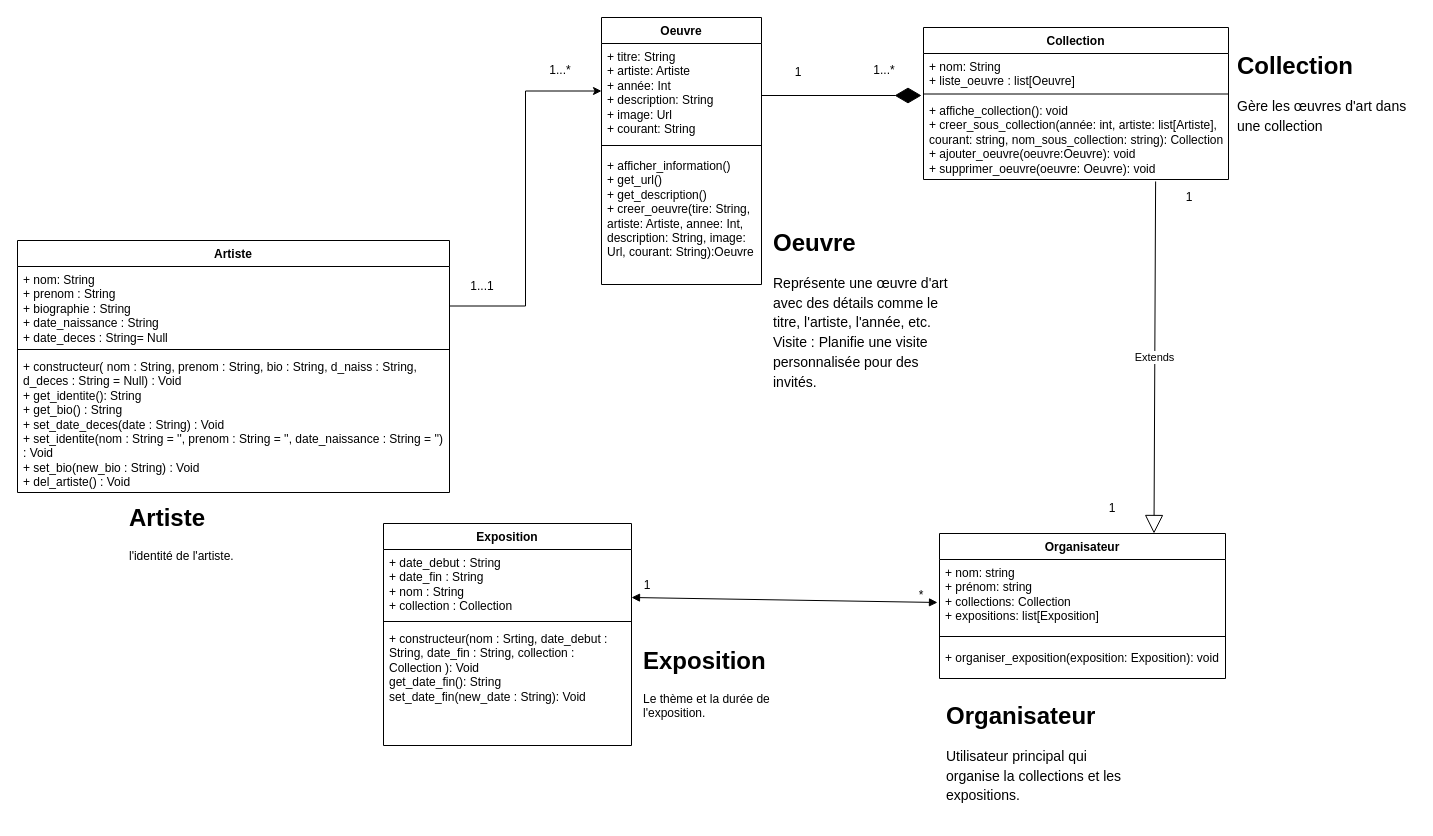
Earlier version of the draw.io diagram artefile_uml.drawio (akbarNz/projet_dev_ba2). Source tidied: cells renumbered, new cells numbered last; positions are measured from the earlier drawing's top-left corner, leaving out a move shared by most shapes. Both pictures are drawn from the tidied source at 100%, with x=0, y=0 at pixel (17, 17).
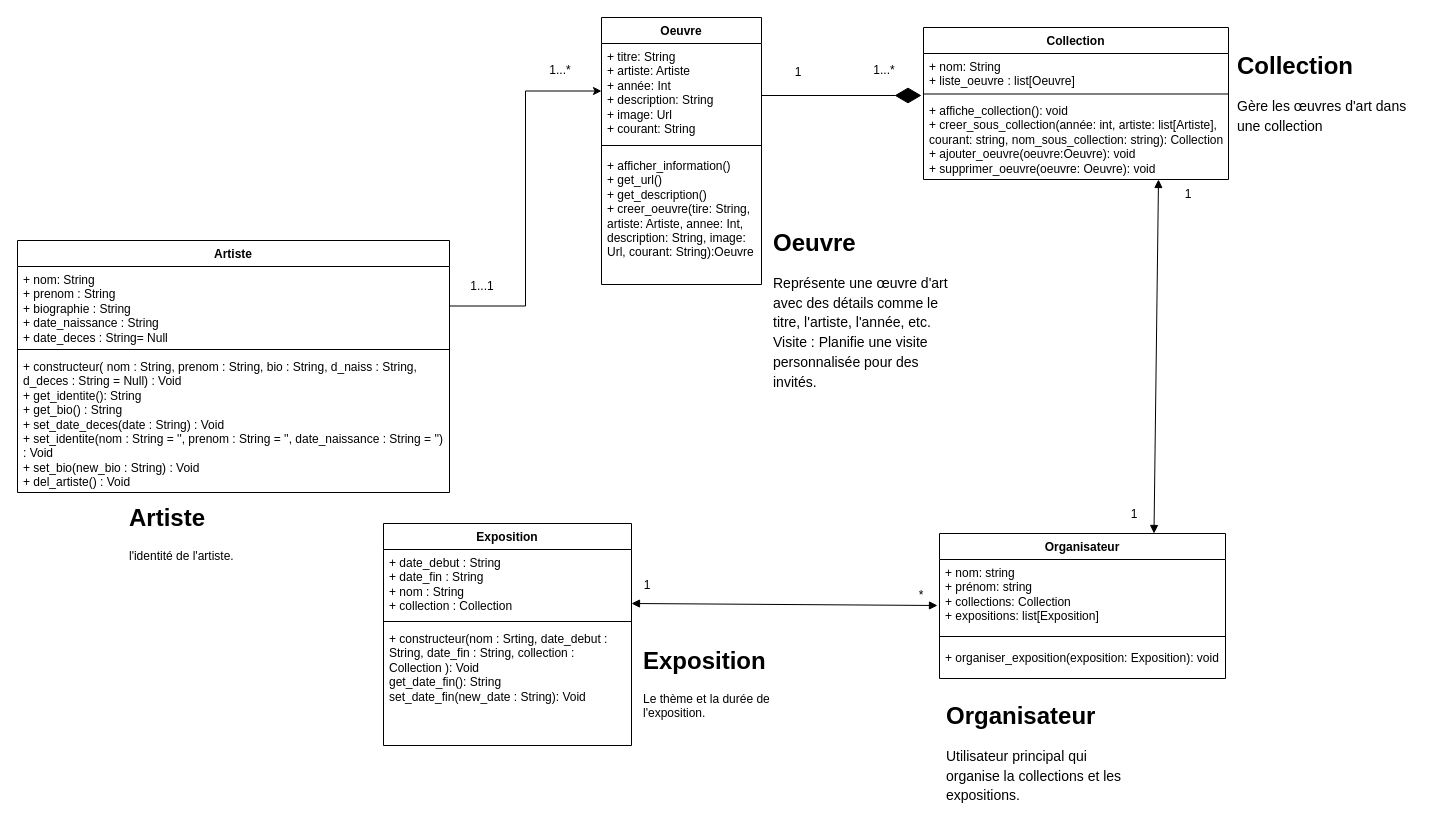
After the change.

The change refers to these unchanged cells:
```xml
<mxCell id="13" value="+ affiche_collection(): void&lt;div&gt;+ creer_sous_collection(année: int, artiste: list[Artiste], courant: string, nom_sous_collection: string): Collection&lt;/div&gt;&lt;div&gt;+ ajouter_oeuvre(oeuvre:Oeuvre): void&lt;/div&gt;&lt;div&gt;+ supprimer_oeuvre(oeuvre: Oeuvre): void&lt;/div&gt;" style="text;strokeColor=none;fillColor=none;align=left;verticalAlign=top;spacingLeft=4;spacingRight=4;overflow=hidden;points=[[0,0.5],[1,0.5]];portConstraint=eastwest;whiteSpace=wrap;html=1;" parent="10" vertex="1">
  <mxGeometry y="70" width="305" height="82" as="geometry" />
</mxCell>
<mxCell id="16" value="&lt;div&gt;+ date_debut : String&lt;/div&gt;&lt;div&gt;+ date_fin : String&lt;/div&gt;&lt;div&gt;+ nom : String&lt;/div&gt;&lt;div&gt;+ collection : Collection&lt;br&gt;&lt;/div&gt;" style="text;strokeColor=none;fillColor=none;align=left;verticalAlign=top;spacingLeft=4;spacingRight=4;overflow=hidden;points=[[0,0.5],[1,0.5]];portConstraint=eastwest;whiteSpace=wrap;html=1;" parent="15" vertex="1">
  <mxGeometry y="26" width="248" height="68" as="geometry" />
</mxCell>
<mxCell id="19" value="Organisateur" style="swimlane;fontStyle=1;align=center;verticalAlign=top;horizontal=1;startSize=26;whiteSpace=wrap;html=1;" parent="1" vertex="1">
  <mxGeometry x="922" y="516" width="286" height="145" as="geometry" />
</mxCell>
<mxCell id="20" value="+ nom: string&lt;div&gt;+ prénom: string&lt;/div&gt;&lt;div&gt;+ collections: Collection&lt;/div&gt;&lt;div&gt;+ expositions: list[Exposition]&lt;/div&gt;" style="text;strokeColor=none;fillColor=none;align=left;verticalAlign=top;spacingLeft=4;spacingRight=4;overflow=hidden;points=[[0,0.5],[1,0.5]];portConstraint=eastwest;whiteSpace=wrap;html=1;" parent="19" vertex="1">
  <mxGeometry y="26" width="286" height="69" as="geometry" />
</mxCell>
```

Change to the diagram source:
```diff
@@
     <mxCell id="28" value="1" style="text;html=1;align=center;verticalAlign=middle;whiteSpace=wrap;rounded=0;" parent="1" vertex="1">
-      <mxGeometry x="1065" y="476" width="60" height="30" as="geometry" />
+      <mxGeometry x="1087" y="482" width="60" height="30" as="geometry" />
     </mxCell>
     <mxCell id="29" value="1" style="text;html=1;align=center;verticalAlign=middle;whiteSpace=wrap;rounded=0;" parent="1" vertex="1">
-      <mxGeometry x="1142" y="165" width="60" height="30" as="geometry" />
+      <mxGeometry x="1141" y="162" width="60" height="30" as="geometry" />
     </mxCell>
-    <mxCell id="30" value="Extends" style="endArrow=block;endSize=16;endFill=0;html=1;rounded=0;entryX=0.75;entryY=0;entryDx=0;entryDy=0;exitX=0.761;exitY=1.024;exitDx=0;exitDy=0;exitPerimeter=0;" parent="1" edge="1" source="13" target="19">
-      <mxGeometry relative="1" as="geometry" />
-    </mxCell>
-    <mxCell id="31" style="endArrow=block;startArrow=block;endFill=1;startFill=1;html=1;rounded=0;exitX=1;exitY=0.706;exitDx=0;exitDy=0;entryX=-0.007;entryY=0.623;entryDx=0;entryDy=0;entryPerimeter=0;exitPerimeter=0;" parent="1" edge="1" source="16" target="20">
-      <mxGeometry relative="1" as="geometry" />
+    <mxCell id="31" style="endArrow=block;startArrow=block;endFill=1;startFill=1;html=1;rounded=0;exitX=1;exitY=0.794;exitDx=0;exitDy=0;exitPerimeter=0;" parent="1" edge="1" source="16">
+      <mxGeometry relative="1" as="geometry">
+        <mxPoint x="920" y="588" as="targetPoint" />
+      </mxGeometry>
     </mxCell>
@@
+    <mxCell id="39" style="endArrow=block;startArrow=block;endFill=1;startFill=1;html=1;rounded=0;exitX=0;exitY=0;exitDx=0;exitDy=0;entryX=0.75;entryY=0;entryDx=0;entryDy=0;" parent="1" edge="1" source="29" target="19">
+      <mxGeometry relative="1" as="geometry" />
+    </mxCell>
```
